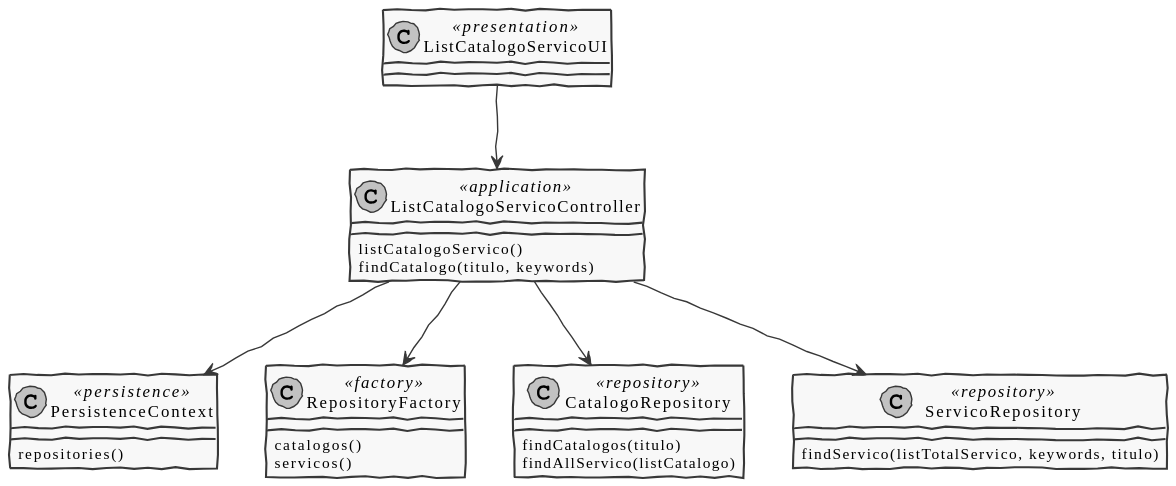
pedrolemos4/LAPR4 keeps this PlantUML diagram as docs/US3001/CD3001.svg. Above is the earlier version. Source of this version:
```plantuml
@startuml
skinparam handwritten true
skinparam monochrome true
skinparam packageStyle rect
skinparam defaultFontName FG Virgil
skinparam shadowing false

class ListCatalogoServicoUI <<presentation>>
class ListCatalogoServicoController <<application>>
class PersistenceContext <<persistence>>
class RepositoryFactory <<factory>>
class CatalogoRepository <<repository>>
class ServicoRepository <<repository>>


ListCatalogoServicoUI --> ListCatalogoServicoController
ListCatalogoServicoController : listCatalogoServico()
ListCatalogoServicoController : findCatalogo(titulo, keywords)

ListCatalogoServicoController --> CatalogoRepository
ListCatalogoServicoController --> ServicoRepository
ListCatalogoServicoController --> PersistenceContext
PersistenceContext : repositories()
ListCatalogoServicoController --> RepositoryFactory
RepositoryFactory : catalogos()
RepositoryFactory : servicos()

CatalogoRepository : findCatalogos(titulo)
CatalogoRepository : findAllServico(listCatalogo)

ServicoRepository : findServico(listTotalServico, keywords, titulo)
@enduml
```
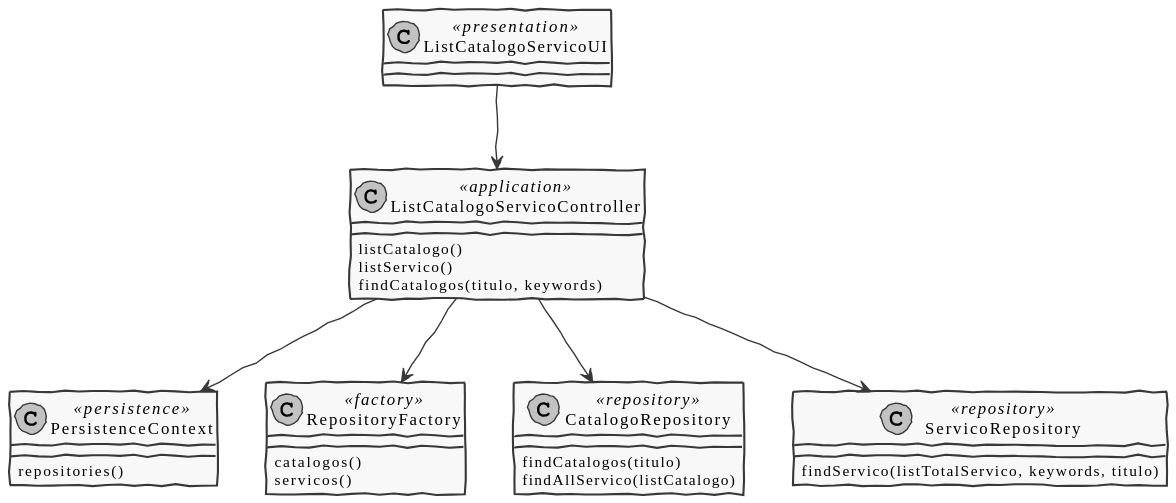
Later version of the same file.

What changed in the source:
```diff
@@ -14,8 +14,10 @@
 
 
 ListCatalogoServicoUI --> ListCatalogoServicoController
-ListCatalogoServicoController : listCatalogoServico()
-ListCatalogoServicoController : findCatalogo(titulo, keywords)
+ListCatalogoServicoController : listCatalogo()
+ListCatalogoServicoController : listServico()
+
+ListCatalogoServicoController : findCatalogos(titulo, keywords)
 
 ListCatalogoServicoController --> CatalogoRepository
 ListCatalogoServicoController --> ServicoRepository
```
